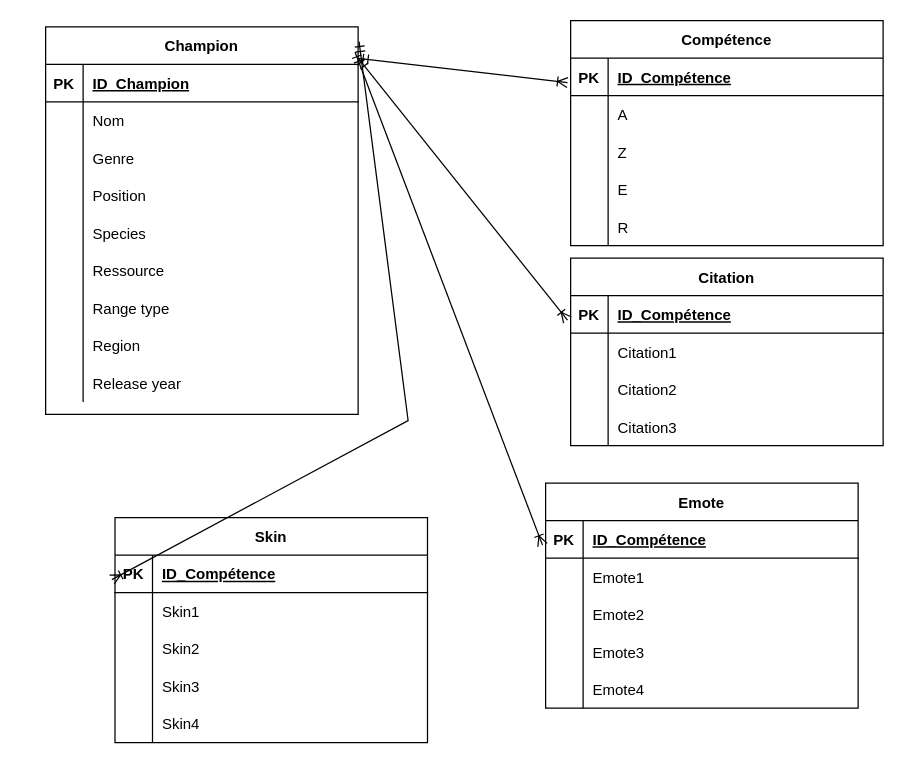
Above: Diagramme sans nom.drawio in CamilleSimon/BTS2-CIEL-IR-MCD-2024-2025 (draw.io), before the change. Source tidied: cells renumbered, new cells numbered last; positions are measured from the earlier drawing's top-left corner, leaving out a move shared by most shapes. Both pictures are drawn from the tidied source at 125%, with x=0, y=0 at pixel (45, 20).
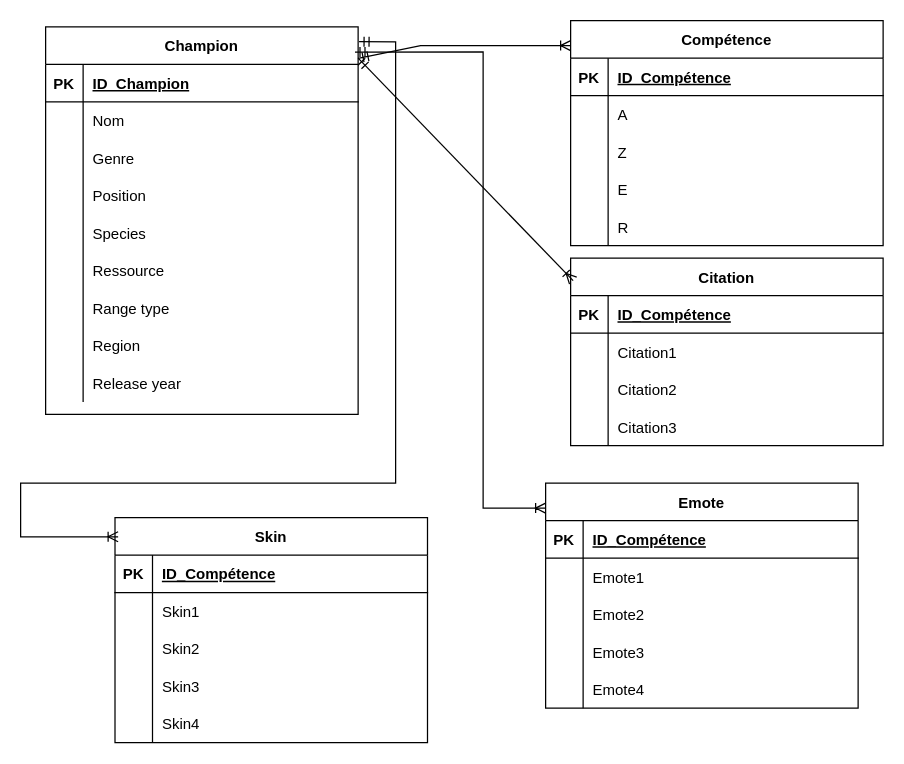
Above is the later version.

Commit message:
Mettre à jour Diagramme sans nom.drawio

Unchanged cells that the change refers to:
```xml
<mxCell id="2" value="Compétence" style="shape=table;startSize=30;childLayout=tableLayout;rowLines=0;fontStyle=1;align=center;" parent="1" vertex="1">
  <mxGeometry x="420" width="250" height="180" as="geometry" />
</mxCell>
<mxCell id="3" style="shape=partialRectangle;fillColor=none;points=[[0,0.5],[1,0.5]];portConstraint=eastwest;top=0;left=0;right=0;bottom=1;" parent="2" vertex="1">
  <mxGeometry y="30" width="250" height="30" as="geometry" />
</mxCell>
<mxCell id="18" value="Champion" style="shape=table;startSize=30;childLayout=tableLayout;rowLines=0;fontStyle=1;align=center;" parent="1" vertex="1">
  <mxGeometry y="5" width="250" height="310" as="geometry" />
</mxCell>
<mxCell id="47" value="Citation" style="shape=table;startSize=30;childLayout=tableLayout;rowLines=0;fontStyle=1;align=center;" parent="1" vertex="1">
  <mxGeometry x="420" y="190" width="250" height="150" as="geometry" />
</mxCell>
<mxCell id="48" style="shape=partialRectangle;fillColor=none;points=[[0,0.5],[1,0.5]];portConstraint=eastwest;top=0;left=0;right=0;bottom=1;" parent="47" vertex="1">
  <mxGeometry y="30" width="250" height="30" as="geometry" />
</mxCell>
<mxCell id="61" value="Emote" style="shape=table;startSize=30;childLayout=tableLayout;rowLines=0;fontStyle=1;align=center;" parent="1" vertex="1">
  <mxGeometry x="400" y="370" width="250" height="180" as="geometry" />
</mxCell>
<mxCell id="62" style="shape=partialRectangle;fillColor=none;points=[[0,0.5],[1,0.5]];portConstraint=eastwest;top=0;left=0;right=0;bottom=1;" parent="61" vertex="1">
  <mxGeometry y="30" width="250" height="30" as="geometry" />
</mxCell>
<mxCell id="78" value="Skin" style="shape=table;startSize=30;childLayout=tableLayout;rowLines=0;fontStyle=1;align=center;" parent="1" vertex="1">
  <mxGeometry x="55.5" y="397.6" width="250" height="180" as="geometry" />
</mxCell>
<mxCell id="79" style="shape=partialRectangle;fillColor=none;points=[[0,0.5],[1,0.5]];portConstraint=eastwest;top=0;left=0;right=0;bottom=1;" parent="78" vertex="1">
  <mxGeometry y="30" width="250" height="30" as="geometry" />
</mxCell>
```

What changed in the source:
```diff
@@
-    <mxCell id="46" style="rounded=0;jettySize=auto;html=1;elbow=vertical;entryX=-0.01;entryY=0.653;entryDx=0;entryDy=0;entryPerimeter=0;endArrow=ERoneToMany;endFill=0;startArrow=ERmandOne;startFill=0;exitX=1;exitY=0.081;exitDx=0;exitDy=0;exitPerimeter=0;" parent="1" edge="1" source="18" target="3">
-      <mxGeometry relative="1" as="geometry" />
+    <mxCell id="46" style="rounded=0;jettySize=auto;html=1;elbow=vertical;entryX=0;entryY=0.111;entryDx=0;entryDy=0;entryPerimeter=0;endArrow=ERoneToMany;endFill=0;startArrow=ERmandOne;startFill=0;exitX=1;exitY=0.081;exitDx=0;exitDy=0;exitPerimeter=0;" parent="1" edge="1" source="18" target="2">
+      <mxGeometry relative="1" as="geometry">
+        <Array as="points">
+          <mxPoint x="300" y="20" />
+          <mxPoint x="340" y="20" />
+        </Array>
+      </mxGeometry>
     </mxCell>
@@
-    <mxCell id="60" style="rounded=0;jettySize=auto;html=1;elbow=vertical;entryX=-0.01;entryY=0.653;entryDx=0;entryDy=0;entryPerimeter=0;endArrow=ERoneToMany;endFill=0;startArrow=ERmandOne;startFill=0;" parent="1" edge="1" target="48">
+    <mxCell id="60" style="rounded=0;jettySize=auto;html=1;elbow=vertical;entryX=0.008;entryY=0.12;entryDx=0;entryDy=0;entryPerimeter=0;endArrow=ERoneToMany;endFill=0;startArrow=ERmandOne;startFill=0;" parent="1" edge="1" target="47">
       <mxGeometry relative="1" as="geometry">
         <mxPoint x="250" y="30" as="sourcePoint" />
       </mxGeometry>
     </mxCell>
@@
-    <mxCell id="77" style="rounded=0;jettySize=auto;html=1;elbow=vertical;entryX=-0.01;entryY=0.653;entryDx=0;entryDy=0;entryPerimeter=0;endArrow=ERoneToMany;endFill=0;startArrow=ERmandOne;startFill=0;exitX=0.99;exitY=0.065;exitDx=0;exitDy=0;exitPerimeter=0;" parent="1" edge="1" source="18" target="62">
-      <mxGeometry relative="1" as="geometry" />
+    <mxCell id="77" style="rounded=0;jettySize=auto;html=1;elbow=vertical;entryX=0;entryY=0.111;entryDx=0;entryDy=0;entryPerimeter=0;endArrow=ERoneToMany;endFill=0;startArrow=ERmandOne;startFill=0;exitX=0.99;exitY=0.065;exitDx=0;exitDy=0;exitPerimeter=0;" parent="1" edge="1" source="18" target="61">
+      <mxGeometry relative="1" as="geometry">
+        <Array as="points">
+          <mxPoint x="350" y="25" />
+          <mxPoint x="350" y="390" />
+        </Array>
+      </mxGeometry>
     </mxCell>
@@
-    <mxCell id="94" style="rounded=0;jettySize=auto;html=1;elbow=vertical;entryX=-0.01;entryY=0.653;entryDx=0;entryDy=0;entryPerimeter=0;endArrow=ERoneToMany;endFill=0;startArrow=ERmandOne;startFill=0;exitX=1.003;exitY=0.038;exitDx=0;exitDy=0;exitPerimeter=0;" parent="1" edge="1" source="18" target="79">
+    <mxCell id="94" style="rounded=0;jettySize=auto;html=1;elbow=vertical;entryX=0.01;entryY=0.085;entryDx=0;entryDy=0;entryPerimeter=0;endArrow=ERoneToMany;endFill=0;startArrow=ERmandOne;startFill=0;exitX=1.003;exitY=0.038;exitDx=0;exitDy=0;exitPerimeter=0;" parent="1" edge="1" source="18" target="78">
       <mxGeometry relative="1" as="geometry">
         <Array as="points">
-          <mxPoint x="290" y="320" />
+          <mxPoint x="280" y="17" />
+          <mxPoint x="280" y="370" />
+          <mxPoint x="-20" y="370" />
+          <mxPoint x="-20" y="413" />
         </Array>
       </mxGeometry>
     </mxCell>
```
